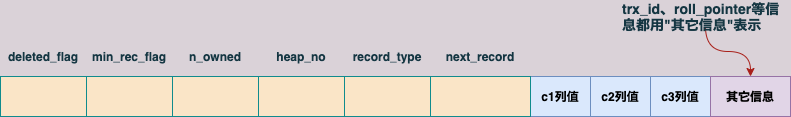
Before: assets/行格式简化图.png, a diagram exported from draw.io (gwwwwt/mysql_8.0.4). Source tidied: cells renumbered, new cells last; positions are measured from the earlier drawing's top-left corner, leaving out a move shared by most shapes.
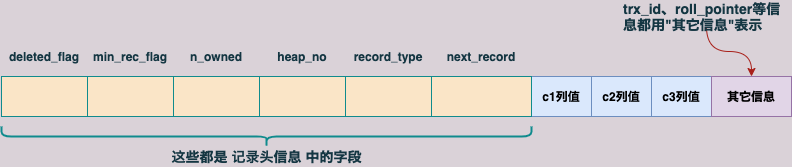
Later version of the same file.

Commit message:
Update 行格式简化图.png

Diff of the diagram source:
```diff
@@ -77,5 +77,11 @@
     <mxCell id="26" value="record_type" style="text;html=1;strokeColor=none;fillColor=none;align=center;verticalAlign=middle;whiteSpace=wrap;rounded=0;sketch=0;fontColor=#143642;fontSize=12;fontStyle=1;" parent="24" vertex="1">
       <mxGeometry x="12.9" width="60.2" height="20" as="geometry" />
     </mxCell>
+    <mxCell id="27" style="shape=curlyBracket;whiteSpace=wrap;html=1;rounded=1;flipH=1;sketch=0;fontSize=12;fontColor=#143642;strokeColor=#0F8B8D;fillColor=#FAE5C7;align=left;direction=north;strokeWidth=2;" parent="1" vertex="1">
+      <mxGeometry y="120" width="530" height="20" as="geometry" />
+    </mxCell>
+    <mxCell id="28" value="这些都是 记录头信息 中的字段" style="text;html=1;strokeColor=none;fillColor=none;align=center;verticalAlign=middle;whiteSpace=wrap;rounded=0;sketch=0;fontSize=14;fontColor=#143642;fontStyle=1;" parent="1" vertex="1">
+      <mxGeometry x="157.5" y="140" width="215" height="20" as="geometry" />
+    </mxCell>
   </root>
 </mxGraphModel>
```
